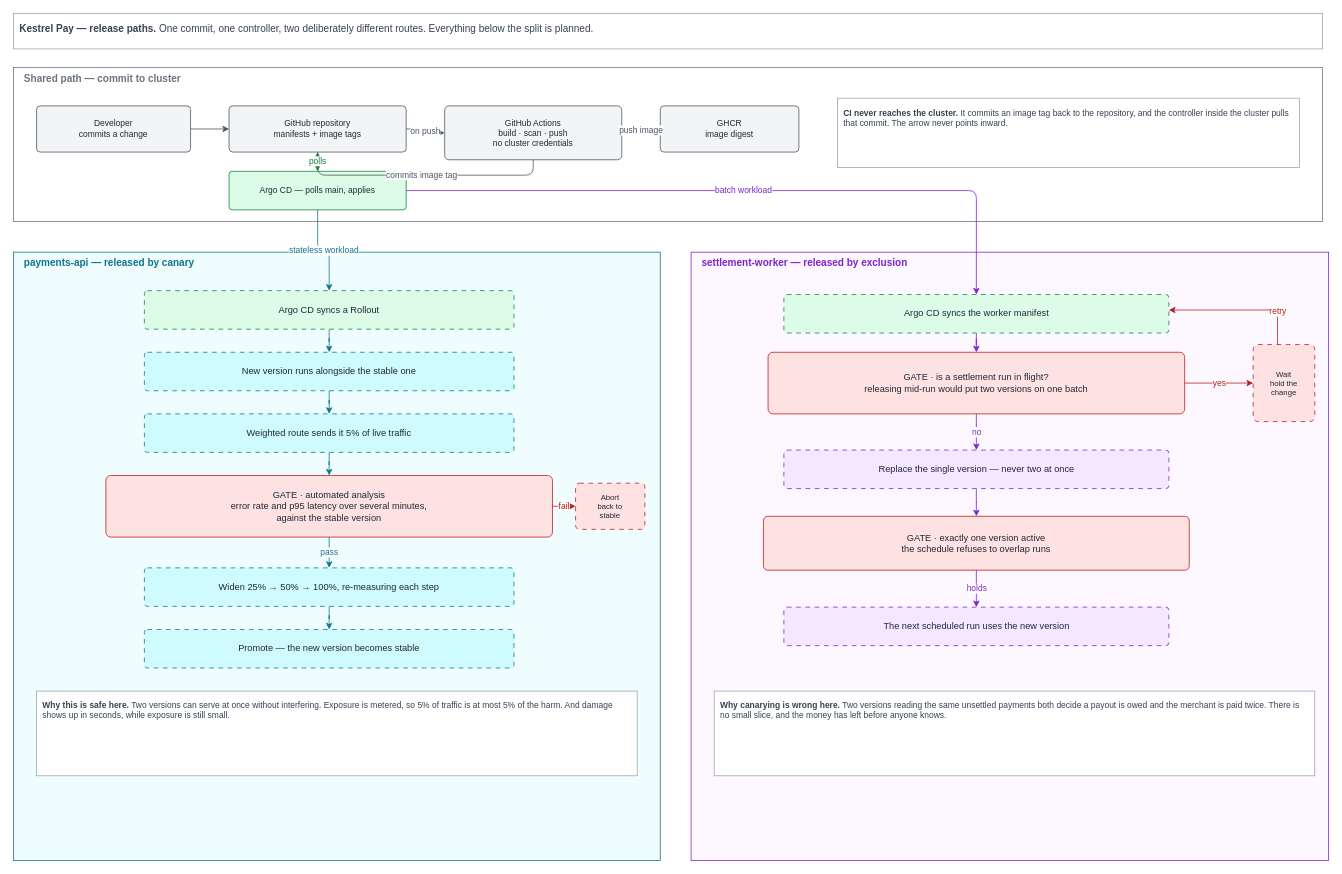
Earlier version of the draw.io diagram page "Release paths" (2 of 2) of docs/diagrams/kestrel-pay-architecture.drawio (mubbyrex/gitops-delivery-platform). Source tidied: cells renumbered, new cells numbered last; positions are measured from the earlier drawing's top-left corner, leaving out a move shared by most shapes. Both pictures are drawn from the tidied source at 77%, with x=0, y=0 at pixel (13, 13).
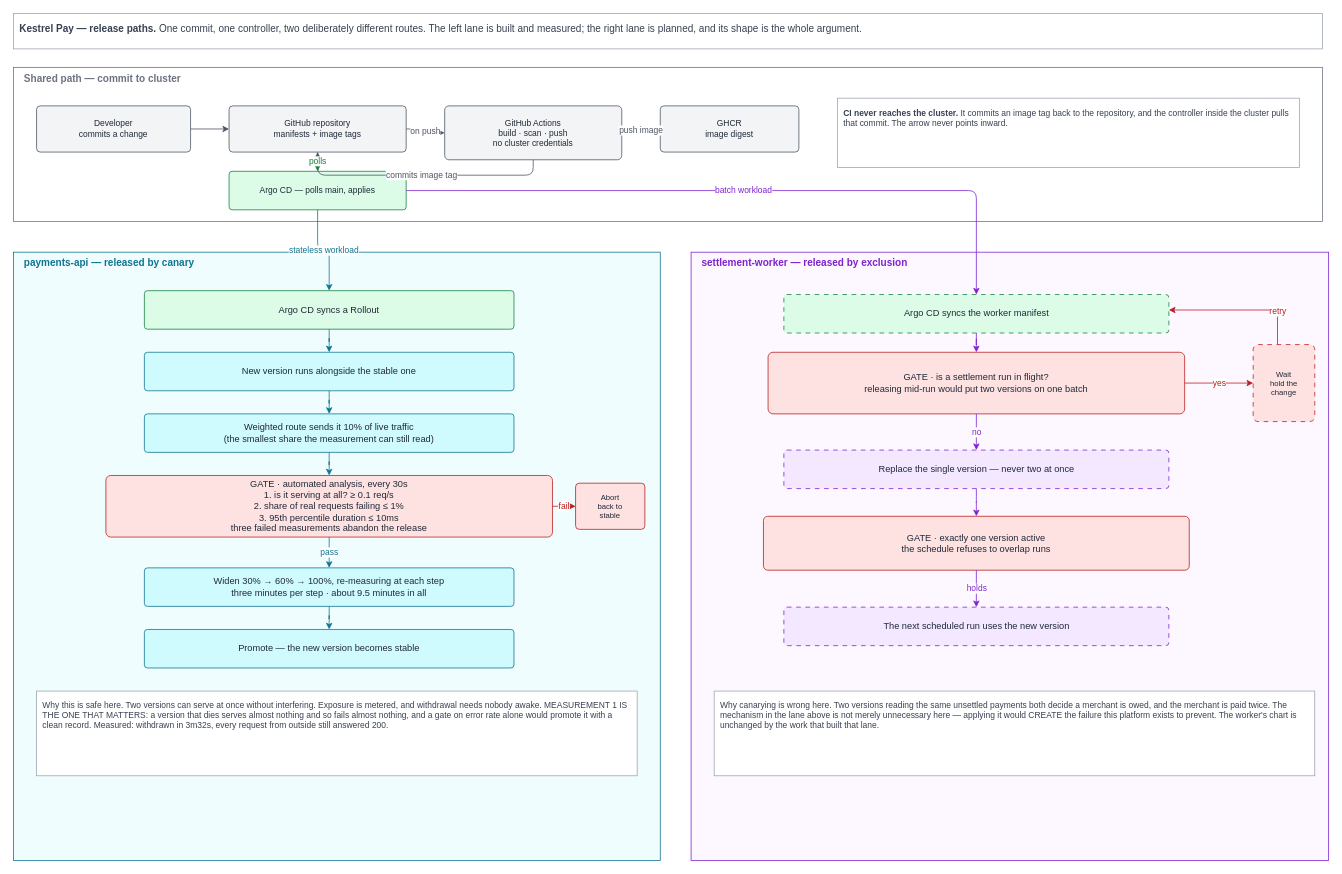
The same diagram, later.

Commit message (it also covers changes not shown here):
Describe how a new version arrives and redraw the release paths

Unchanged cells that the change refers to:
```xml
<mxCell id="15" value="payments-api  —  released by canary" style="rounded=0;whiteSpace=wrap;html=1;fillColor=#f0fdff;strokeColor=#0e7490;dashed=0;dashPattern=6 6;verticalAlign=top;align=left;spacingLeft=12;fontStyle=1;fontSize=13;fontColor=#0e7490;" parent="1" vertex="1">
  <mxGeometry y="310" width="840" height="790" as="geometry" />
</mxCell>
<mxCell id="31" value="settlement-worker  —  released by exclusion" style="rounded=0;whiteSpace=wrap;html=1;fillColor=#fdf7ff;strokeColor=#7e22ce;dashed=0;dashPattern=6 6;verticalAlign=top;align=left;spacingLeft=12;fontStyle=1;fontSize=13;fontColor=#7e22ce;" parent="1" vertex="1">
  <mxGeometry x="880" y="310" width="828" height="790" as="geometry" />
</mxCell>
```

Diff of the diagram source:
```diff
@@
-    <mxCell id="2" value="&lt;b&gt;Kestrel Pay — release paths.&lt;/b&gt;  One commit, one controller, two deliberately different routes. Everything below the split is planned." style="rounded=0;whiteSpace=wrap;html=1;fillColor=#ffffff;strokeColor=#9ca3af;fontSize=13;fontColor=#374151;align=left;verticalAlign=top;spacing=8;" parent="1" vertex="1">
+    <mxCell id="2" value="&lt;b&gt;Kestrel Pay — release paths.&lt;/b&gt;  One commit, one controller, two deliberately different routes. The left lane is built and measured; the right lane is planned, and its shape is the whole argument." style="rounded=0;whiteSpace=wrap;html=1;fillColor=#ffffff;strokeColor=#9ca3af;fontSize=13;fontColor=#374151;align=left;verticalAlign=top;spacing=8;" parent="1" vertex="1">
       <mxGeometry width="1700" height="46" as="geometry" />
     </mxCell>
@@
-    <mxCell id="16" value="Argo CD syncs a Rollout" style="rounded=1;arcSize=8;whiteSpace=wrap;html=1;fillColor=#dcfce7;strokeColor=#15803d;dashed=1;dashPattern=6 6;fontSize=12;fontColor=#1f2937;align=center;verticalAlign=middle;" parent="15" vertex="1">
+    <mxCell id="16" value="Argo CD syncs a Rollout" style="rounded=1;arcSize=8;whiteSpace=wrap;html=1;fillColor=#dcfce7;strokeColor=#15803d;dashPattern=6 6;fontSize=12;fontColor=#1f2937;align=center;verticalAlign=middle;" parent="15" vertex="1">
       <mxGeometry x="170" y="50" width="480" height="50" as="geometry" />
     </mxCell>
-    <mxCell id="17" value="New version runs alongside the stable one" style="rounded=1;arcSize=8;whiteSpace=wrap;html=1;fillColor=#cffafe;strokeColor=#0e7490;dashed=1;dashPattern=6 6;fontSize=12;fontColor=#1f2937;align=center;verticalAlign=middle;" parent="15" vertex="1">
+    <mxCell id="17" value="New version runs alongside the stable one" style="rounded=1;arcSize=8;whiteSpace=wrap;html=1;fillColor=#cffafe;strokeColor=#0e7490;dashPattern=6 6;fontSize=12;fontColor=#1f2937;align=center;verticalAlign=middle;" parent="15" vertex="1">
       <mxGeometry x="170" y="130" width="480" height="50" as="geometry" />
     </mxCell>
-    <mxCell id="18" value="Weighted route sends it 5% of live traffic" style="rounded=1;arcSize=8;whiteSpace=wrap;html=1;fillColor=#cffafe;strokeColor=#0e7490;dashed=1;dashPattern=6 6;fontSize=12;fontColor=#1f2937;align=center;verticalAlign=middle;" parent="15" vertex="1">
+    <mxCell id="18" value="Weighted route sends it 10% of live traffic&#10;(the smallest share the measurement can still read)" style="rounded=1;arcSize=8;whiteSpace=wrap;html=1;fillColor=#cffafe;strokeColor=#0e7490;dashPattern=6 6;fontSize=12;fontColor=#1f2937;align=center;verticalAlign=middle;" parent="15" vertex="1">
       <mxGeometry x="170" y="210" width="480" height="50" as="geometry" />
     </mxCell>
-    <mxCell id="19" value="GATE · automated analysis&#10;error rate and p95 latency over several minutes,&#10;against the stable version" style="rounded=1;arcSize=8;whiteSpace=wrap;html=1;fillColor=#fee2e2;strokeColor=#b91c1c;dashed=0;dashPattern=6 6;fontSize=12;fontColor=#1f2937;align=center;verticalAlign=middle;" parent="15" vertex="1">
+    <mxCell id="19" value="GATE · automated analysis, every 30s&#10;1. is it serving at all?  ≥ 0.1 req/s&#10;2. share of real requests failing  ≤ 1%&#10;3. 95th percentile duration  ≤ 10ms&#10;three failed measurements abandon the release" style="rounded=1;arcSize=8;whiteSpace=wrap;html=1;fillColor=#fee2e2;strokeColor=#b91c1c;dashed=0;dashPattern=6 6;fontSize=12;fontColor=#1f2937;align=center;verticalAlign=middle;" parent="15" vertex="1">
       <mxGeometry x="120" y="290" width="580" height="80" as="geometry" />
     </mxCell>
-    <mxCell id="20" value="Abort&#10;back to&#10;stable" style="rounded=1;arcSize=8;whiteSpace=wrap;html=1;fillColor=#fee2e2;strokeColor=#b91c1c;dashed=1;dashPattern=6 6;fontSize=10;fontColor=#1f2937;align=center;verticalAlign=middle;" parent="15" vertex="1">
+    <mxCell id="20" value="Abort&#10;back to&#10;stable" style="rounded=1;arcSize=8;whiteSpace=wrap;html=1;fillColor=#fee2e2;strokeColor=#b91c1c;dashPattern=6 6;fontSize=10;fontColor=#1f2937;align=center;verticalAlign=middle;" parent="15" vertex="1">
       <mxGeometry x="730" y="300" width="90" height="60" as="geometry" />
     </mxCell>
-    <mxCell id="21" value="Widen 25% → 50% → 100%, re-measuring each step" style="rounded=1;arcSize=8;whiteSpace=wrap;html=1;fillColor=#cffafe;strokeColor=#0e7490;dashed=1;dashPattern=6 6;fontSize=12;fontColor=#1f2937;align=center;verticalAlign=middle;" parent="15" vertex="1">
+    <mxCell id="21" value="Widen 30% → 60% → 100%, re-measuring at each step&#10;three minutes per step · about 9.5 minutes in all" style="rounded=1;arcSize=8;whiteSpace=wrap;html=1;fillColor=#cffafe;strokeColor=#0e7490;dashPattern=6 6;fontSize=12;fontColor=#1f2937;align=center;verticalAlign=middle;" parent="15" vertex="1">
       <mxGeometry x="170" y="410" width="480" height="50" as="geometry" />
     </mxCell>
-    <mxCell id="22" value="Promote — the new version becomes stable" style="rounded=1;arcSize=8;whiteSpace=wrap;html=1;fillColor=#cffafe;strokeColor=#0e7490;dashed=1;dashPattern=6 6;fontSize=12;fontColor=#1f2937;align=center;verticalAlign=middle;" parent="15" vertex="1">
+    <mxCell id="22" value="Promote — the new version becomes stable" style="rounded=1;arcSize=8;whiteSpace=wrap;html=1;fillColor=#cffafe;strokeColor=#0e7490;dashPattern=6 6;fontSize=12;fontColor=#1f2937;align=center;verticalAlign=middle;" parent="15" vertex="1">
       <mxGeometry x="170" y="490" width="480" height="50" as="geometry" />
     </mxCell>
-    <mxCell id="23" value="&lt;b&gt;Why this is safe here.&lt;/b&gt; Two versions can serve at once without interfering. Exposure is metered, so 5% of traffic is at most 5% of the harm. And damage shows up in seconds, while exposure is still small." style="rounded=0;whiteSpace=wrap;html=1;fillColor=#ffffff;strokeColor=#9ca3af;fontSize=11;fontColor=#374151;align=left;verticalAlign=top;spacing=8;" parent="15" vertex="1">
+    <mxCell id="23" value="Why this is safe here. Two versions can serve at once without interfering. Exposure is metered, and withdrawal needs nobody awake. MEASUREMENT 1 IS THE ONE THAT MATTERS: a version that dies serves almost nothing and so fails almost nothing, and a gate on error rate alone would promote it with a clean record. Measured: withdrawn in 3m32s, every request from outside still answered 200." style="rounded=0;whiteSpace=wrap;html=1;fillColor=#ffffff;strokeColor=#9ca3af;fontSize=11;fontColor=#374151;align=left;verticalAlign=top;spacing=8;" parent="15" vertex="1">
       <mxGeometry x="30" y="570" width="780" height="110" as="geometry" />
     </mxCell>
@@
-    <mxCell id="38" value="&lt;b&gt;Why canarying is wrong here.&lt;/b&gt; Two versions reading the same unsettled payments both decide a payout is owed and the merchant is paid twice. There is no small slice, and the money has left before anyone knows." style="rounded=0;whiteSpace=wrap;html=1;fillColor=#ffffff;strokeColor=#9ca3af;fontSize=11;fontColor=#374151;align=left;verticalAlign=top;spacing=8;" parent="31" vertex="1">
+    <mxCell id="38" value="Why canarying is wrong here. Two versions reading the same unsettled payments both decide a merchant is owed, and the merchant is paid twice. The mechanism in the lane above is not merely unnecessary here — applying it would CREATE the failure this platform exists to prevent. The worker's chart is unchanged by the work that built that lane." style="rounded=0;whiteSpace=wrap;html=1;fillColor=#ffffff;strokeColor=#9ca3af;fontSize=11;fontColor=#374151;align=left;verticalAlign=top;spacing=8;" parent="31" vertex="1">
       <mxGeometry x="30" y="570" width="780" height="110" as="geometry" />
     </mxCell>
```
